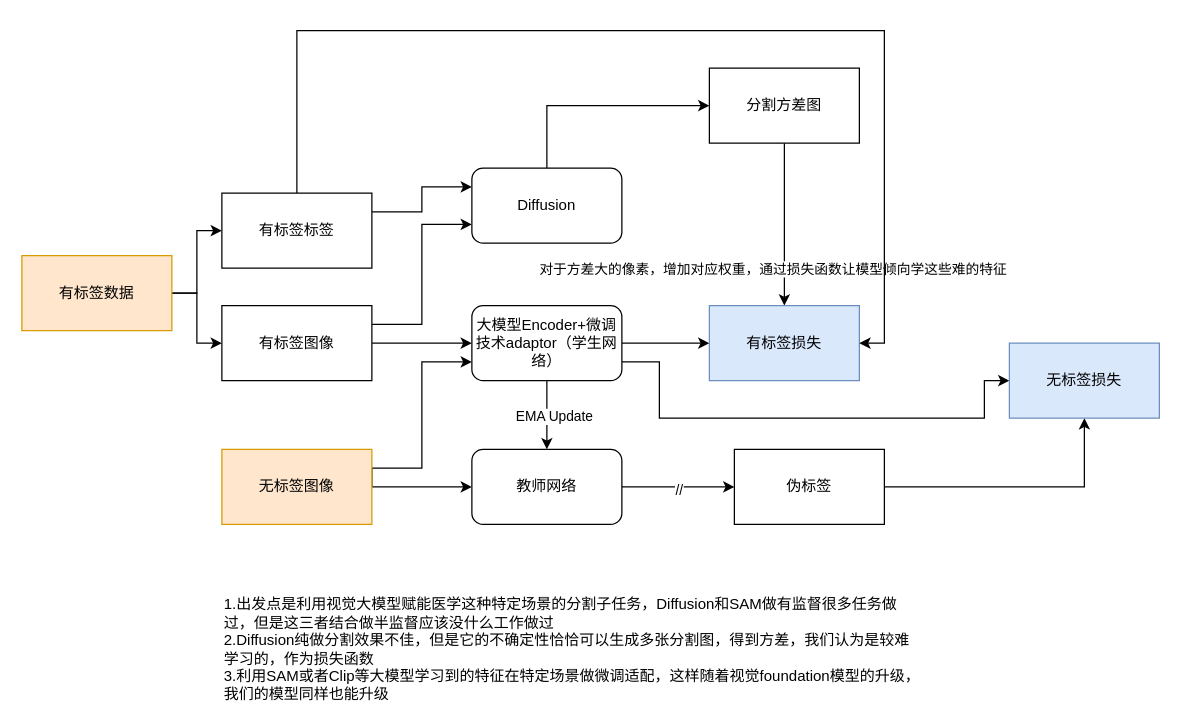
The draw.io diagram 半监督idea.drawio in hqy2020/SSL4MIS, before the edit. Source tidied: cells renumbered, new cells numbered last; positions are measured from the earlier drawing's top-left corner, leaving out a move shared by most shapes. Both pictures are drawn from the tidied source at 125%, with x=0, y=0 at pixel (21, 30).
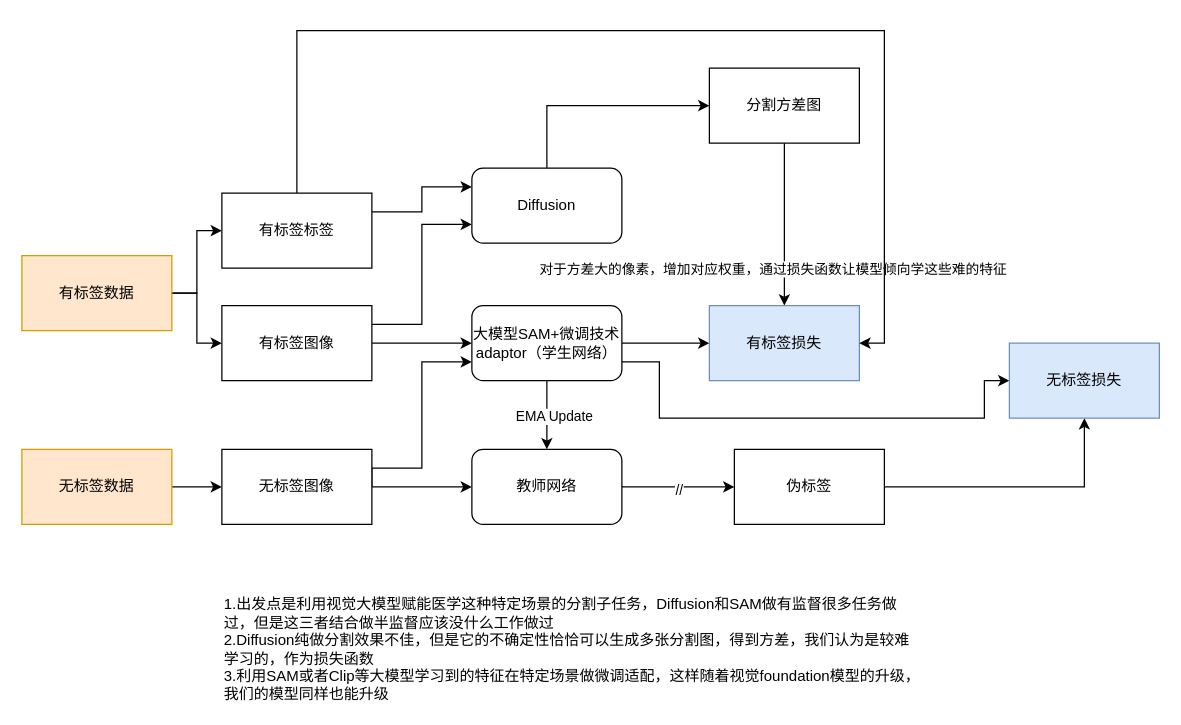
The same diagram, later.

Commit message:
更新半监督idea.drawio

The edit, as a diff of the source:
```diff
@@
-    <mxCell id="7" value="无标签图像" style="rounded=0;whiteSpace=wrap;html=1;fillColor=#ffe6cc;strokeColor=#d79b00;" parent="1" vertex="1">
+    <mxCell id="7" value="无标签图像" style="rounded=0;whiteSpace=wrap;html=1;" parent="1" vertex="1">
       <mxGeometry x="160" y="335" width="120" height="60" as="geometry" />
     </mxCell>
@@
-    <mxCell id="12" value="大模型Encoder+微调技术adaptor（学生网络）" style="rounded=1;whiteSpace=wrap;html=1;" parent="1" vertex="1">
+    <mxCell id="12" value="大模型SAM+微调技术adaptor（学生网络）" style="rounded=1;whiteSpace=wrap;html=1;" parent="1" vertex="1">
       <mxGeometry x="360" y="220" width="120" height="60" as="geometry" />
     </mxCell>
@@
+    <mxCell id="32" style="edgeStyle=orthogonalEdgeStyle;rounded=0;jettySize=auto;html=1;" parent="1" edge="1" source="33" target="7">
+      <mxGeometry relative="1" as="geometry" />
+    </mxCell>
+    <mxCell id="33" value="无标签数据" style="rounded=0;whiteSpace=wrap;html=1;fillColor=#ffe6cc;strokeColor=#d79b00;" parent="1" vertex="1">
+      <mxGeometry y="335" width="120" height="60" as="geometry" />
+    </mxCell>
```
